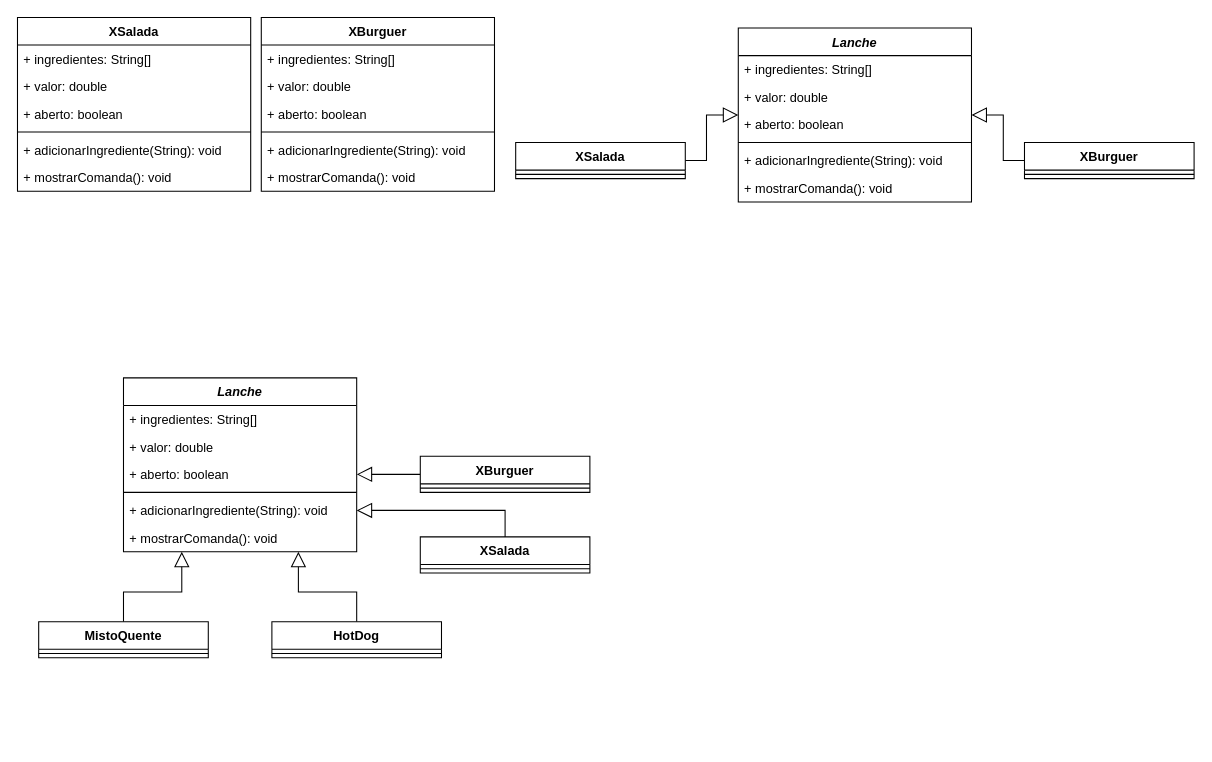
hannaBanannaOF/entra21-git-inicio keeps this draw.io diagram as page "Page-2" (2 of 2) of diagramas.drawio. Above is the earlier version. Source tidied: cells renumbered, new cells numbered last; positions are measured from the earlier drawing's top-left corner, leaving out a move shared by most shapes. Both pictures are drawn from the tidied source at 106%, with x=0, y=0 at pixel (17, 17).
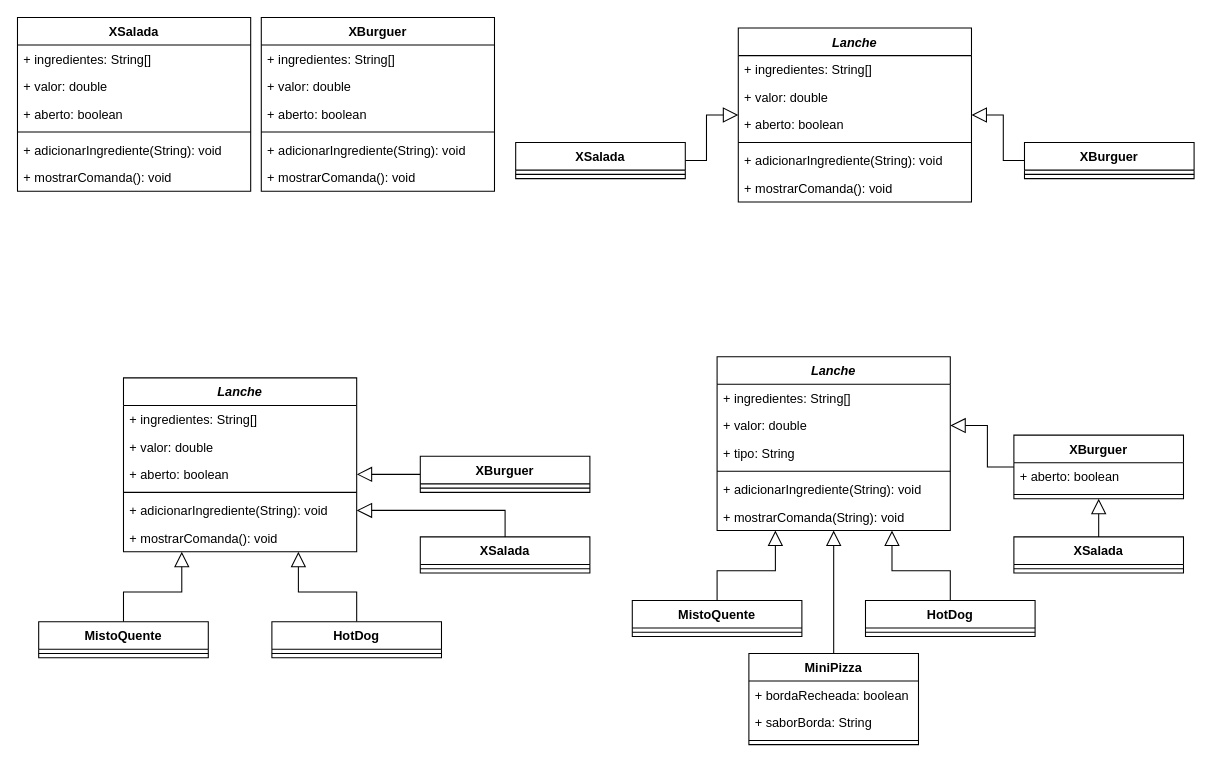
The same page after the edit.

What changed in the source:
```diff
@@
+    <mxCell id="48" value="Lanche" style="swimlane;fontStyle=3;align=center;verticalAlign=top;horizontal=1;startSize=26;" parent="1" vertex="1">
+      <mxGeometry x="660" y="320" width="220" height="164" as="geometry" />
+    </mxCell>
+    <mxCell id="49" value="+ ingredientes: String[]" style="text;strokeColor=none;fillColor=none;align=left;verticalAlign=top;spacingLeft=4;spacingRight=4;overflow=hidden;" parent="48" vertex="1">
+      <mxGeometry y="26" width="220" height="26" as="geometry" />
+    </mxCell>
+    <mxCell id="50" value="+ valor: double" style="text;strokeColor=none;fillColor=none;align=left;verticalAlign=top;spacingLeft=4;spacingRight=4;overflow=hidden;points=[[0,0.5],[1,0.5]];portConstraint=eastwest;" parent="48" vertex="1">
+      <mxGeometry y="52" width="220" height="26" as="geometry" />
+    </mxCell>
+    <mxCell id="51" value="+ tipo: String" style="text;strokeColor=none;fillColor=none;align=left;verticalAlign=top;spacingLeft=4;spacingRight=4;overflow=hidden;" parent="48" vertex="1">
+      <mxGeometry y="78" width="220" height="26" as="geometry" />
+    </mxCell>
+    <mxCell id="52" style="line;strokeWidth=1;fillColor=none;align=left;verticalAlign=middle;spacingTop=-1;spacingLeft=3;spacingRight=3;labelPosition=right;" parent="48" vertex="1">
+      <mxGeometry y="104" width="220" height="8" as="geometry" />
+    </mxCell>
+    <mxCell id="53" value="+ adicionarIngrediente(String): void&#10;" style="text;strokeColor=none;fillColor=none;align=left;verticalAlign=top;spacingLeft=4;spacingRight=4;overflow=hidden;" parent="48" vertex="1">
+      <mxGeometry y="112" width="220" height="26" as="geometry" />
+    </mxCell>
+    <mxCell id="54" value="+ mostrarComanda(String): void&#10;" style="text;strokeColor=none;fillColor=none;align=left;verticalAlign=top;spacingLeft=4;spacingRight=4;overflow=hidden;" parent="48" vertex="1">
+      <mxGeometry y="138" width="220" height="26" as="geometry" />
+    </mxCell>
+    <mxCell id="55" value="XBurguer" style="swimlane;fontStyle=1;align=center;verticalAlign=top;horizontal=1;startSize=26;" parent="1" vertex="1">
+      <mxGeometry x="940" y="394" width="160" height="60" as="geometry" />
+    </mxCell>
+    <mxCell id="56" value="+ aberto: boolean" style="text;strokeColor=none;fillColor=none;align=left;verticalAlign=top;spacingLeft=4;spacingRight=4;overflow=hidden;" parent="55" vertex="1">
+      <mxGeometry y="26" width="160" height="26" as="geometry" />
+    </mxCell>
+    <mxCell id="57" style="line;strokeWidth=1;fillColor=none;align=left;verticalAlign=middle;spacingTop=-1;spacingLeft=3;spacingRight=3;labelPosition=right;" parent="55" vertex="1">
+      <mxGeometry y="52" width="160" height="8" as="geometry" />
+    </mxCell>
+    <mxCell id="58" style="edgeStyle=orthogonalEdgeStyle;rounded=0;jettySize=auto;html=1;exitX=0.5;exitY=0;exitDx=0;exitDy=0;entryX=0.5;entryY=1;entryDx=0;entryDy=0;endArrow=block;endFill=0;endSize=12;" parent="1" edge="1" source="59" target="55">
+      <mxGeometry relative="1" as="geometry" />
+    </mxCell>
+    <mxCell id="59" value="XSalada" style="swimlane;fontStyle=1;align=center;verticalAlign=top;horizontal=1;startSize=26;" parent="1" vertex="1">
+      <mxGeometry x="940" y="490" width="160" height="34" as="geometry" />
+    </mxCell>
+    <mxCell id="60" style="line;strokeWidth=1;fillColor=none;align=left;verticalAlign=middle;spacingTop=-1;spacingLeft=3;spacingRight=3;labelPosition=right;" parent="59" vertex="1">
+      <mxGeometry y="26" width="160" height="8" as="geometry" />
+    </mxCell>
+    <mxCell id="61" style="edgeStyle=orthogonalEdgeStyle;rounded=0;jettySize=auto;html=1;exitX=0.5;exitY=0;exitDx=0;exitDy=0;entryX=0.75;entryY=1;entryDx=0;entryDy=0;endArrow=block;endFill=0;endSize=12;" parent="1" edge="1" source="62" target="48">
+      <mxGeometry relative="1" as="geometry" />
+    </mxCell>
+    <mxCell id="62" value="HotDog" style="swimlane;fontStyle=1;align=center;verticalAlign=top;horizontal=1;startSize=26;" parent="1" vertex="1">
+      <mxGeometry x="800" y="550" width="160" height="34" as="geometry" />
+    </mxCell>
+    <mxCell id="63" style="line;strokeWidth=1;fillColor=none;align=left;verticalAlign=middle;spacingTop=-1;spacingLeft=3;spacingRight=3;labelPosition=right;" parent="62" vertex="1">
+      <mxGeometry y="26" width="160" height="8" as="geometry" />
+    </mxCell>
+    <mxCell id="64" style="edgeStyle=orthogonalEdgeStyle;rounded=0;jettySize=auto;html=1;exitX=0.5;exitY=0;exitDx=0;exitDy=0;entryX=0.25;entryY=1;entryDx=0;entryDy=0;endArrow=block;endFill=0;endSize=12;" parent="1" edge="1" source="65" target="48">
+      <mxGeometry relative="1" as="geometry" />
+    </mxCell>
+    <mxCell id="65" value="MistoQuente" style="swimlane;fontStyle=1;align=center;verticalAlign=top;horizontal=1;startSize=26;" parent="1" vertex="1">
+      <mxGeometry x="580" y="550" width="160" height="34" as="geometry" />
+    </mxCell>
+    <mxCell id="66" style="line;strokeWidth=1;fillColor=none;align=left;verticalAlign=middle;spacingTop=-1;spacingLeft=3;spacingRight=3;labelPosition=right;" parent="65" vertex="1">
+      <mxGeometry y="26" width="160" height="8" as="geometry" />
+    </mxCell>
+    <mxCell id="67" style="edgeStyle=orthogonalEdgeStyle;rounded=0;jettySize=auto;html=1;exitX=0;exitY=0.5;exitDx=0;exitDy=0;entryX=1;entryY=0.5;entryDx=0;entryDy=0;endArrow=block;endFill=0;endSize=12;" parent="1" edge="1" source="55" target="50">
+      <mxGeometry relative="1" as="geometry" />
+    </mxCell>
+    <mxCell id="68" style="edgeStyle=orthogonalEdgeStyle;rounded=0;jettySize=auto;html=1;exitX=0.5;exitY=0;exitDx=0;exitDy=0;endArrow=block;endFill=0;endSize=12;entryX=0.5;entryY=1;entryDx=0;entryDy=0;" parent="1" edge="1" source="69" target="48">
+      <mxGeometry relative="1" as="geometry" />
+    </mxCell>
+    <mxCell id="69" value="MiniPizza" style="swimlane;fontStyle=1;align=center;verticalAlign=top;horizontal=1;startSize=26;" parent="1" vertex="1">
+      <mxGeometry x="690" y="600" width="160" height="86" as="geometry" />
+    </mxCell>
+    <mxCell id="70" value="+ bordaRecheada: boolean" style="text;strokeColor=none;fillColor=none;align=left;verticalAlign=top;spacingLeft=4;spacingRight=4;overflow=hidden;" parent="69" vertex="1">
+      <mxGeometry y="26" width="160" height="26" as="geometry" />
+    </mxCell>
+    <mxCell id="71" value="+ saborBorda: String" style="text;strokeColor=none;fillColor=none;align=left;verticalAlign=top;spacingLeft=4;spacingRight=4;overflow=hidden;" parent="69" vertex="1">
+      <mxGeometry y="52" width="160" height="26" as="geometry" />
+    </mxCell>
+    <mxCell id="72" style="line;strokeWidth=1;fillColor=none;align=left;verticalAlign=middle;spacingTop=-1;spacingLeft=3;spacingRight=3;labelPosition=right;" parent="69" vertex="1">
+      <mxGeometry y="78" width="160" height="8" as="geometry" />
+    </mxCell>
```
